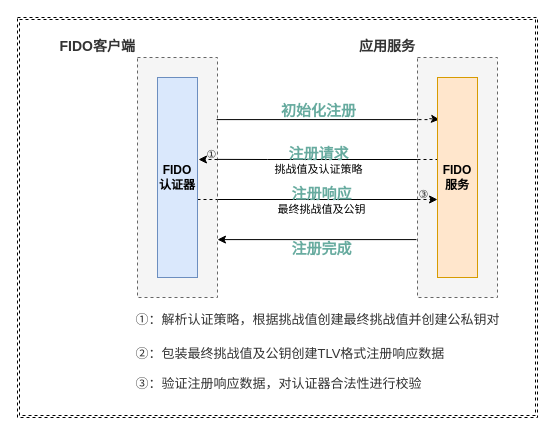
Above: FIDO注册流程.drawio in mobof/Koal (draw.io), before the change. Source tidied: cells renumbered, new cells numbered last; positions are measured from the earlier drawing's top-left corner, leaving out a move shared by most shapes. Both pictures are drawn from the tidied source at 100%, with x=0, y=0 at pixel (17, 17).
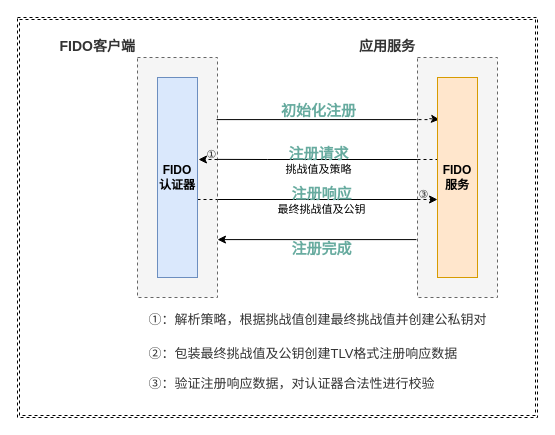
The same diagram, later.

The change refers to these unchanged cells:
```xml
<mxCell id="17" style="edgeStyle=orthogonalEdgeStyle;rounded=0;orthogonalLoop=1;jettySize=auto;html=1;entryX=1;entryY=0.333;entryDx=0;entryDy=0;entryPerimeter=0;endArrow=none;endFill=0;" parent="1" edge="1">
  <mxGeometry relative="1" as="geometry">
    <mxPoint x="400" y="142" as="sourcePoint" />
    <mxPoint x="200" y="141.9" as="targetPoint" />
    <Array as="points">
      <mxPoint x="250" y="142" />
      <mxPoint x="250" y="142" />
    </Array>
  </mxGeometry>
</mxCell>
```

Change to the diagram source:
```diff
@@
-    <mxCell id="18" value="&lt;b&gt;&lt;font color=&quot;#67ab9f&quot; style=&quot;font-size: 15px&quot;&gt;注册请求&lt;/font&gt;&lt;/b&gt;&lt;br&gt;挑战值及认证策略" style="edgeLabel;html=1;align=center;verticalAlign=middle;labelBackgroundColor=none;" parent="17" vertex="1">
+    <mxCell id="18" value="&lt;b&gt;&lt;font color=&quot;#67ab9f&quot; style=&quot;font-size: 15px&quot;&gt;注册请求&lt;/font&gt;&lt;/b&gt;&lt;br&gt;挑战值及策略" style="edgeLabel;html=1;align=center;verticalAlign=middle;labelBackgroundColor=none;" parent="17" vertex="1">
       <mxGeometry x="0.06" relative="1" as="geometry">
         <mxPoint x="6" as="offset" />
       </mxGeometry>
     </mxCell>
@@
-    <mxCell id="23" value="&lt;h1 style=&quot;margin: 0px ; padding: 0px ; font-stretch: normal ; line-height: 26px ; word-break: break-all ; position: relative ; color: rgb(51 , 51 , 51)&quot;&gt;&lt;span class=&quot;ask-title&quot; style=&quot;display: inline ; line-height: 34px ; font-weight: 400 ; overflow: hidden ; vertical-align: middle&quot;&gt;&lt;font style=&quot;font-size: 13px&quot;&gt;①：&lt;/font&gt;&lt;font style=&quot;font-size: 13px&quot;&gt;解析认证策略，根据挑战值创建最终挑战值并创建公私钥对&lt;/font&gt;&lt;/span&gt;&lt;/h1&gt;&lt;h1 style=&quot;text-align: left ; margin: 0px ; padding: 0px ; font-stretch: normal ; line-height: 26px ; word-break: break-all ; position: relative ; color: rgb(51 , 51 , 51) ; font-size: 13px&quot;&gt;&lt;span class=&quot;ask-title&quot; style=&quot;display: inline ; line-height: 34px ; font-weight: 400 ; overflow: hidden ; vertical-align: middle&quot;&gt;&lt;font style=&quot;font-size: 13px&quot;&gt;②：包装最终挑战值及公钥创建TLV格式注册响应数据&lt;/font&gt;&lt;/span&gt;&lt;/h1&gt;&lt;h1 style=&quot;text-align: left ; margin: 0px ; padding: 0px ; font-stretch: normal ; line-height: 26px ; word-break: break-all ; position: relative ; color: rgb(51 , 51 , 51) ; font-size: 13px&quot;&gt;&lt;span style=&quot;font-weight: 400 ; text-align: center&quot;&gt;③：验证注册响应数据，对认证器合法性进行校验&lt;/span&gt;&lt;/h1&gt;" style="text;html=1;align=center;verticalAlign=middle;strokeColor=none;" parent="1" vertex="1">
-      <mxGeometry x="110" y="280" width="380" height="100" as="geometry" />
+    <mxCell id="23" value="&lt;h1 style=&quot;margin: 0px ; padding: 0px ; font-stretch: normal ; line-height: 26px ; word-break: break-all ; position: relative ; color: rgb(51 , 51 , 51)&quot;&gt;&lt;span class=&quot;ask-title&quot; style=&quot;display: inline ; line-height: 34px ; font-weight: 400 ; overflow: hidden ; vertical-align: middle&quot;&gt;&lt;font style=&quot;font-size: 13px&quot;&gt;①：&lt;/font&gt;&lt;font style=&quot;font-size: 13px&quot;&gt;解析策略，根据挑战值创建最终挑战值并创建公私钥对&lt;/font&gt;&lt;/span&gt;&lt;/h1&gt;&lt;h1 style=&quot;text-align: left ; margin: 0px ; padding: 0px ; font-stretch: normal ; line-height: 26px ; word-break: break-all ; position: relative ; color: rgb(51 , 51 , 51) ; font-size: 13px&quot;&gt;&lt;span class=&quot;ask-title&quot; style=&quot;display: inline ; line-height: 34px ; font-weight: 400 ; overflow: hidden ; vertical-align: middle&quot;&gt;&lt;font style=&quot;font-size: 13px&quot;&gt;②：包装最终挑战值及公钥创建TLV格式注册响应数据&lt;/font&gt;&lt;/span&gt;&lt;/h1&gt;&lt;h1 style=&quot;text-align: left ; margin: 0px ; padding: 0px ; font-stretch: normal ; line-height: 26px ; word-break: break-all ; position: relative ; color: rgb(51 , 51 , 51) ; font-size: 13px&quot;&gt;&lt;span style=&quot;font-weight: 400 ; text-align: center&quot;&gt;③：验证注册响应数据，对认证器合法性进行校验&lt;/span&gt;&lt;/h1&gt;" style="text;html=1;align=center;verticalAlign=middle;strokeColor=none;" parent="1" vertex="1">
+      <mxGeometry x="125" y="280" width="350" height="100" as="geometry" />
     </mxCell>
```
